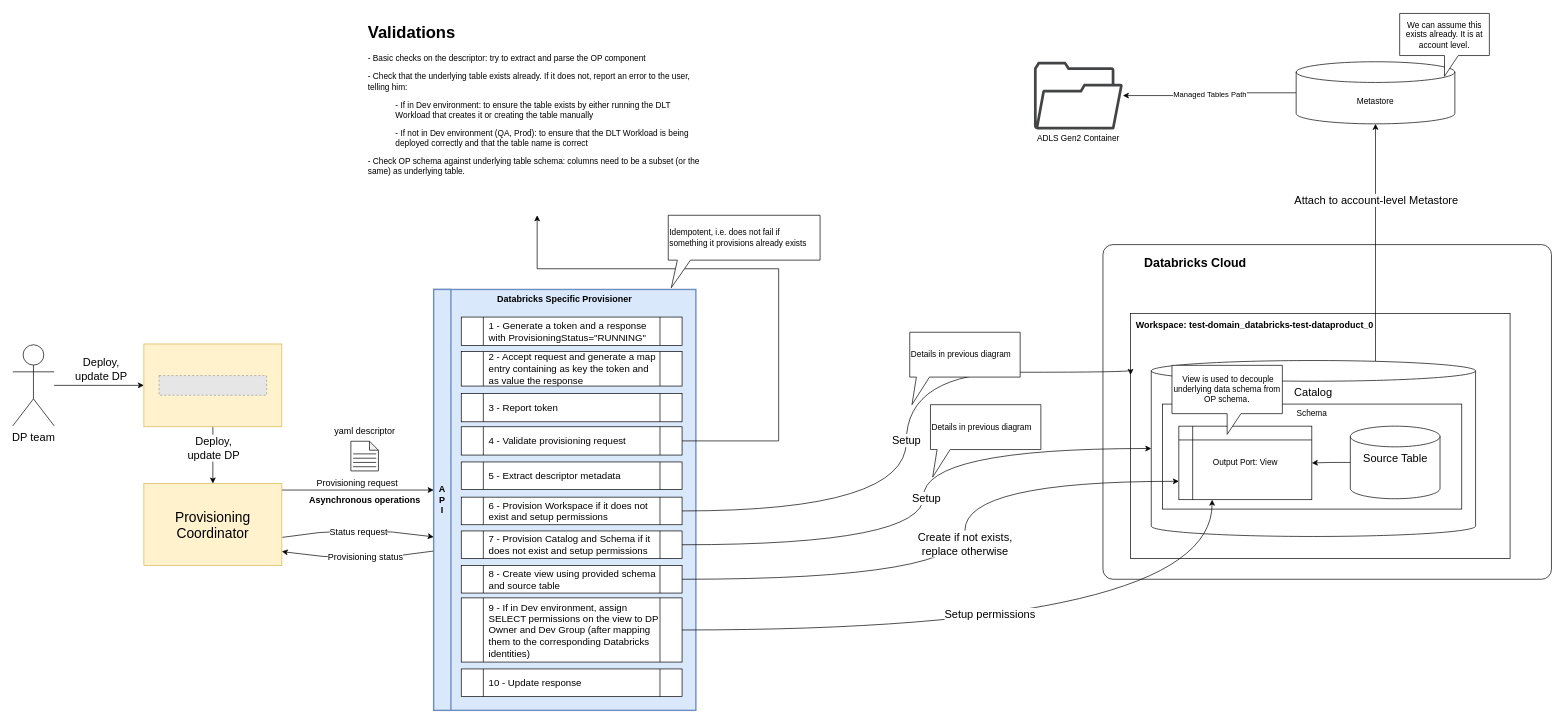
agile-lab-dev/witboost-databricks-tech-adapter keeps this draw.io diagram as page "Output Port - DLT - Provisioning" (8 of 9) of docs/hld.drawio. Above is the earlier version. Source tidied: cells renumbered, new cells numbered last; positions are measured from the earlier drawing's top-left corner, leaving out a move shared by most shapes. Both pictures are drawn from the tidied source at 69%, with x=0, y=0 at pixel (12, 13). Pictures stored in the file or linked from it are replaced by grey dashed boxes.
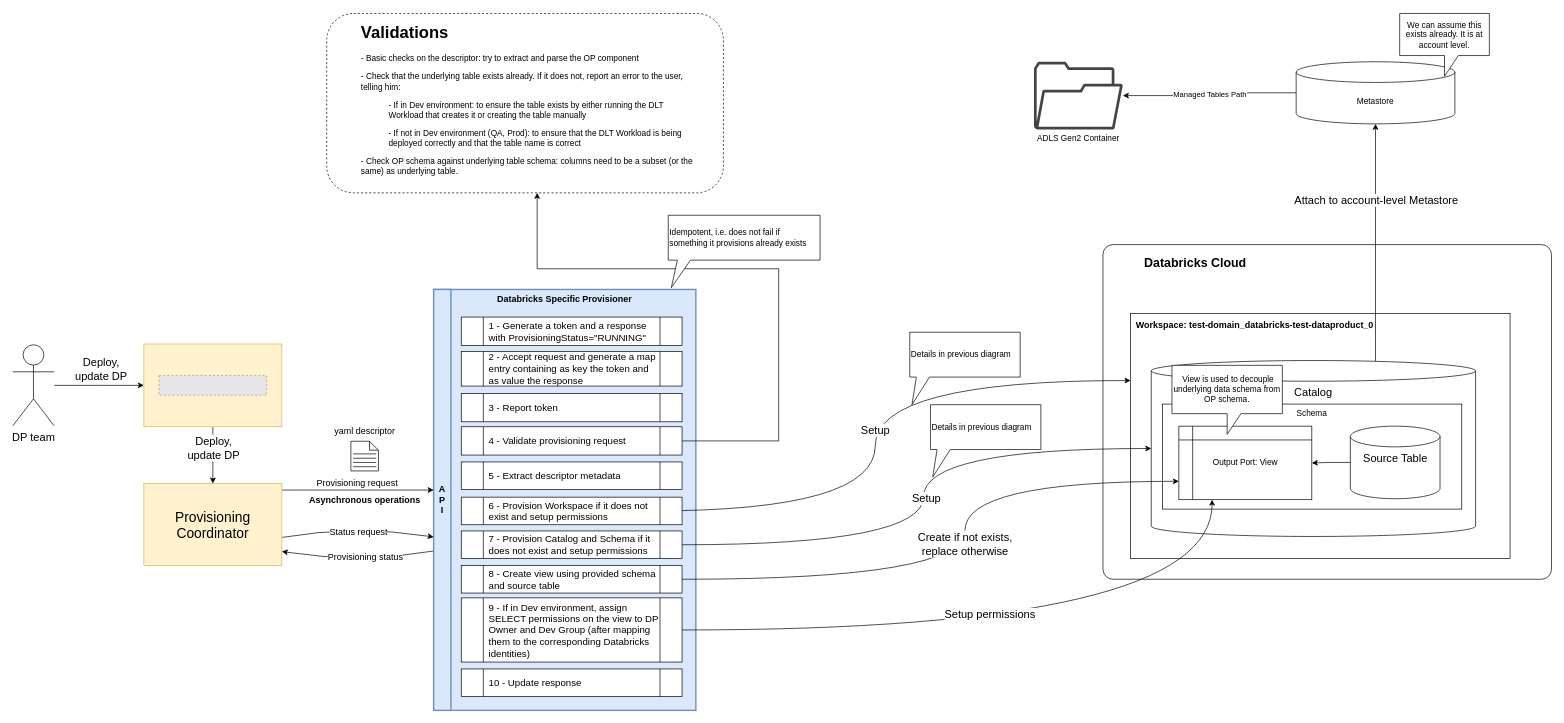
After the change.

The change refers to these unchanged cells:
```xml
<mxCell id="13" value="&lt;span style=&quot;background-color: rgb(255, 255, 255); font-size: 13px;&quot;&gt;Workspace:&amp;nbsp;&lt;/span&gt;test-domain_databricks-test-dataproduct_0" style="rounded=0;whiteSpace=wrap;html=1;align=left;spacing=4;verticalAlign=top;fontStyle=1;fontSize=13;spacingLeft=4;" parent="1" vertex="1">
  <mxGeometry x="1620" y="435" width="550" height="355" as="geometry" />
</mxCell>
<mxCell id="33" value="4 - Validate provisioning request" style="shape=process;whiteSpace=wrap;html=1;backgroundOutline=1;align=left;fontSize=14;spacingLeft=6;" parent="1" vertex="1">
  <mxGeometry x="650" y="599" width="320" height="41" as="geometry" />
</mxCell>
<mxCell id="38" value="6 - Provision Workspace if it does not exist and setup permissions" style="shape=process;whiteSpace=wrap;html=1;backgroundOutline=1;align=left;fontSize=14;spacingLeft=6;" parent="1" vertex="1">
  <mxGeometry x="650" y="701" width="320" height="40" as="geometry" />
</mxCell>
```

What changed in the source:
```diff
@@
-<mxGraphModel>
+<mxGraphModel background="#ffffff">
@@
+    <mxCell id="65" style="rounded=1;whiteSpace=wrap;html=1;dashed=1;fillColor=none;" parent="1" vertex="1">
+      <mxGeometry x="455" width="575" height="260" as="geometry" />
+    </mxCell>
@@
-    <mxCell id="32" style="edgeStyle=orthogonalEdgeStyle;rounded=0;jettySize=auto;html=1;entryX=0.5;entryY=1;entryDx=0;entryDy=0;" parent="1" edge="1" source="33" target="52">
+    <mxCell id="32" style="edgeStyle=orthogonalEdgeStyle;rounded=0;jettySize=auto;html=1;" parent="1" edge="1" source="33" target="52">
       <mxGeometry relative="1" as="geometry">
         <Array as="points">
-          <mxPoint x="1110" y="620" />
+          <mxPoint x="1110" y="619" />
           <mxPoint x="1110" y="370" />
           <mxPoint x="760" y="370" />
         </Array>
       </mxGeometry>
     </mxCell>
@@
-    <mxCell id="35" value="&lt;font style=&quot;font-size: 16px;&quot;&gt;Setup&lt;/font&gt;" style="edgeStyle=orthogonalEdgeStyle;rounded=0;jettySize=auto;html=1;exitX=1;exitY=0.5;exitDx=0;exitDy=0;entryX=0;entryY=0.25;entryDx=0;entryDy=0;curved=1;" parent="1" edge="1" source="38" target="13">
+    <mxCell id="35" value="&lt;font style=&quot;font-size: 16px;&quot;&gt;Setup&lt;/font&gt;" style="edgeStyle=orthogonalEdgeStyle;rounded=0;orthogonalLoop=1;jettySize=auto;html=1;exitX=1;exitY=0.5;exitDx=0;exitDy=0;curved=1;" parent="1" edge="1">
       <mxGeometry relative="1" as="geometry">
+        <mxPoint x="925" y="721" as="sourcePoint" />
+        <mxPoint x="1620" y="532" as="targetPoint" />
         <Array as="points">
-          <mxPoint x="1295" y="721" />
-          <mxPoint x="1295" y="520" />
-          <mxPoint x="1620" y="520" />
+          <mxPoint x="1250" y="721" />
+          <mxPoint x="1250" y="532" />
         </Array>
       </mxGeometry>
     </mxCell>
@@
     <mxCell id="52" value="&lt;h1&gt;&lt;span style=&quot;background-color: initial;&quot;&gt;Validations&lt;/span&gt;&lt;/h1&gt;&lt;p&gt;- Basic checks on the descriptor: try to extract and parse the OP component&lt;br&gt;&lt;/p&gt;&lt;p&gt;- Check that the underlying table exists already. If it does not, report an error to the user, telling him:&lt;/p&gt;&lt;blockquote style=&quot;margin: 0 0 0 40px; border: none; padding: 0px;&quot;&gt;&lt;p&gt;&lt;span style=&quot;background-color: initial;&quot;&gt;- If in Dev environment: to ensure the table exists by either running the DLT Workload that creates it or creating the table manually&lt;/span&gt;&lt;/p&gt;&lt;p&gt;- If not in Dev environment (QA, Prod): to ensure that the DLT Workload is being deployed correctly and that the table name is correct&lt;/p&gt;&lt;/blockquote&gt;&lt;p&gt;&lt;/p&gt;&lt;p&gt;- Check OP schema against underlying table schema: columns need to be a subset (or the same) as underlying table.&lt;/p&gt;&lt;p&gt;&lt;br&gt;&lt;/p&gt;" style="text;html=1;strokeColor=none;fillColor=none;spacing=5;spacingTop=-20;whiteSpace=wrap;overflow=hidden;rounded=0;" parent="1" vertex="1">
-      <mxGeometry x="510" y="7.5" width="500" height="285" as="geometry" />
+      <mxGeometry x="500" y="7.5" width="500" height="252.5" as="geometry" />
     </mxCell>
```
